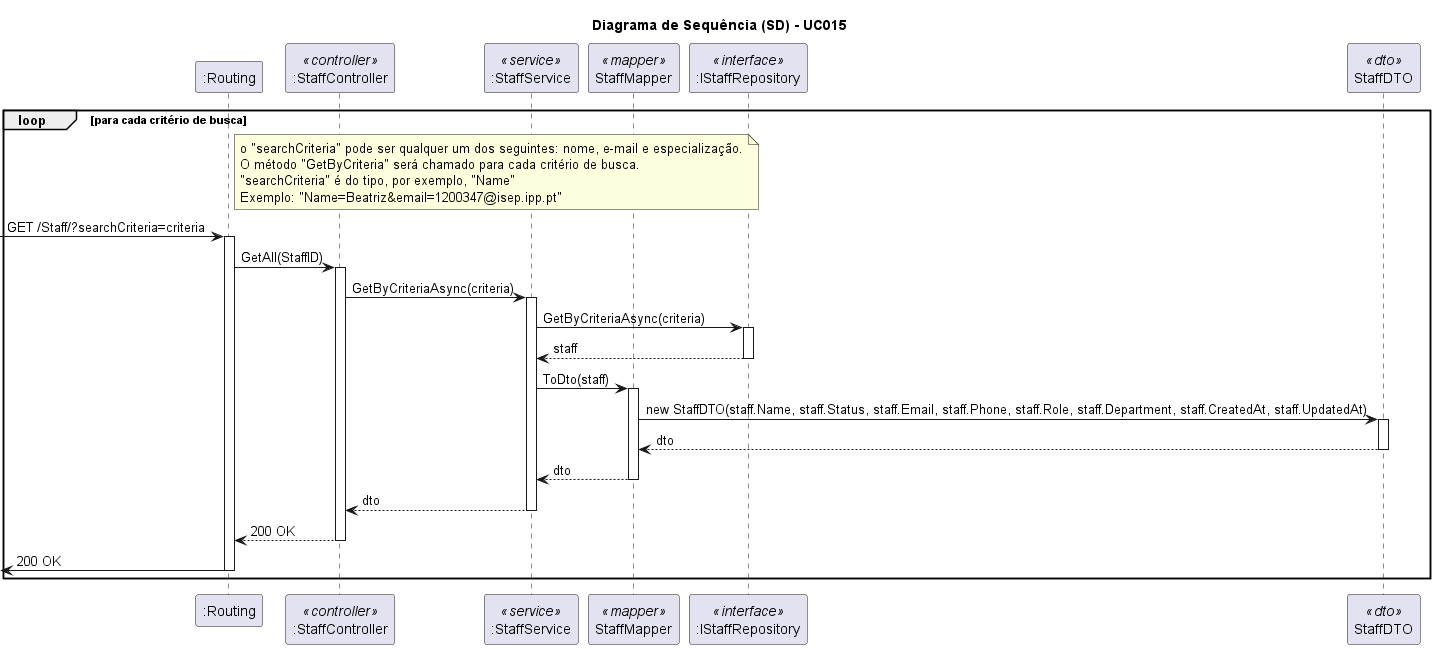
The PlantUML diagram docs/SprintA/UseCases/UC015/03.design/png/uc015-sequence-diagram.png in 1221124/sem5pi-24-25-g031, before a commit.
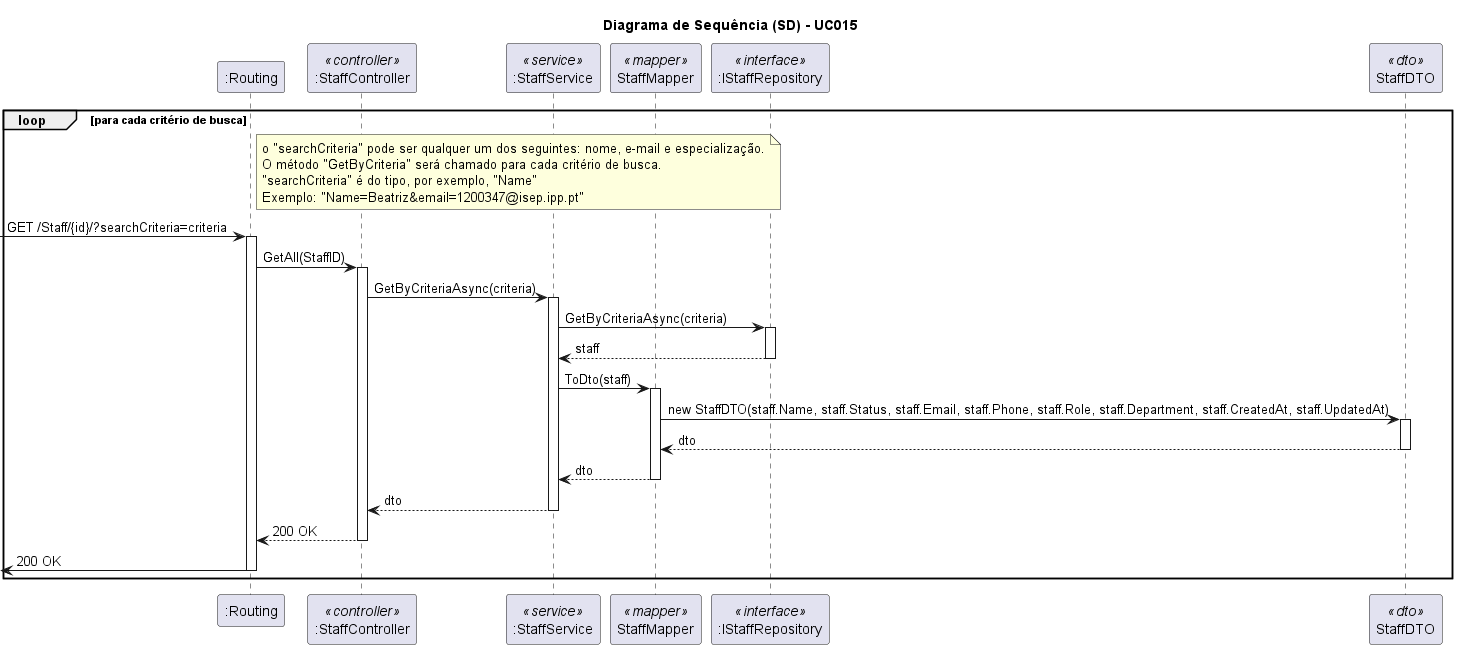
Above is the later version.

Change to the diagram source:
```diff
@@ -22,7 +22,7 @@
     Exemplo: "Name=Beatriz&email=1200347@isep.ipp.pt"
   end note
 
-  -> Routing: GET /Staff/?searchCriteria=criteria
+  -> Routing: GET /Staff/{id}/?searchCriteria=criteria
   activate Routing
 
   Routing -> Controller: GetAll(StaffID)
```
